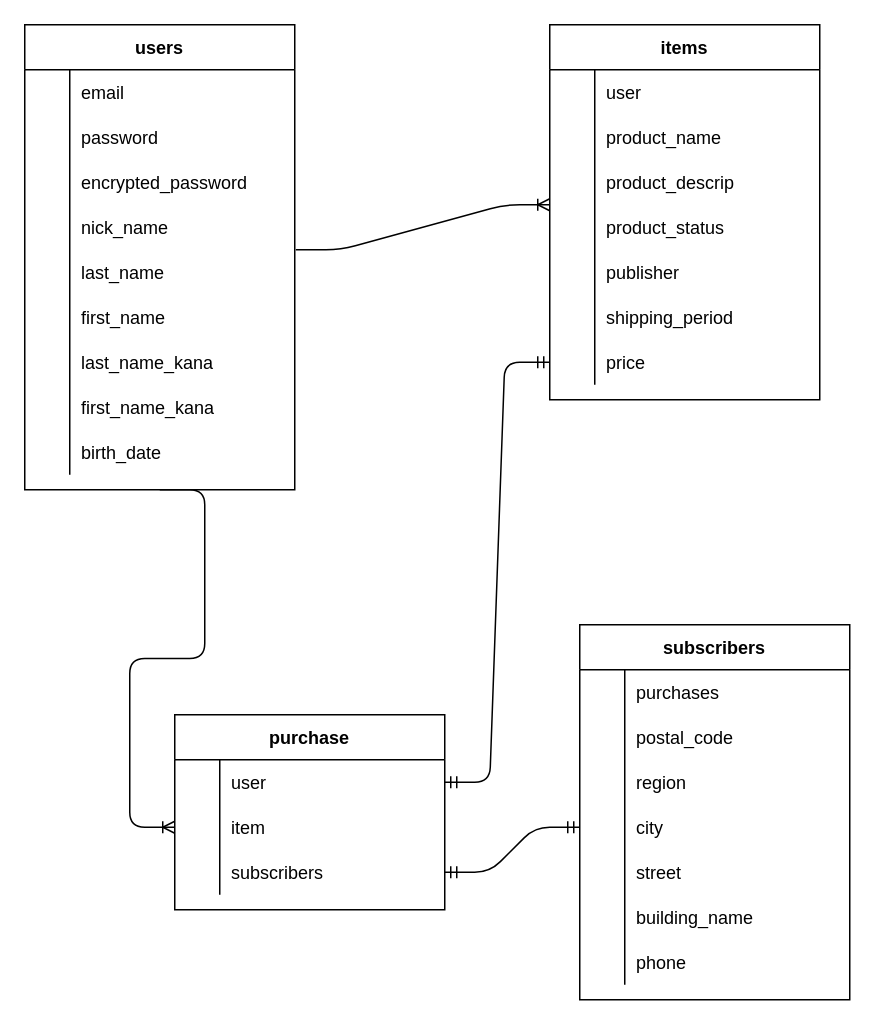
The draw.io diagram ER.dio in komadorihouse/furima-35680, before the edit. Source tidied: cells renumbered, new cells numbered last; positions are measured from the earlier drawing's top-left corner, leaving out a move shared by most shapes. Both pictures are drawn from the tidied source at 150%, with x=0, y=0 at pixel (24, 24).
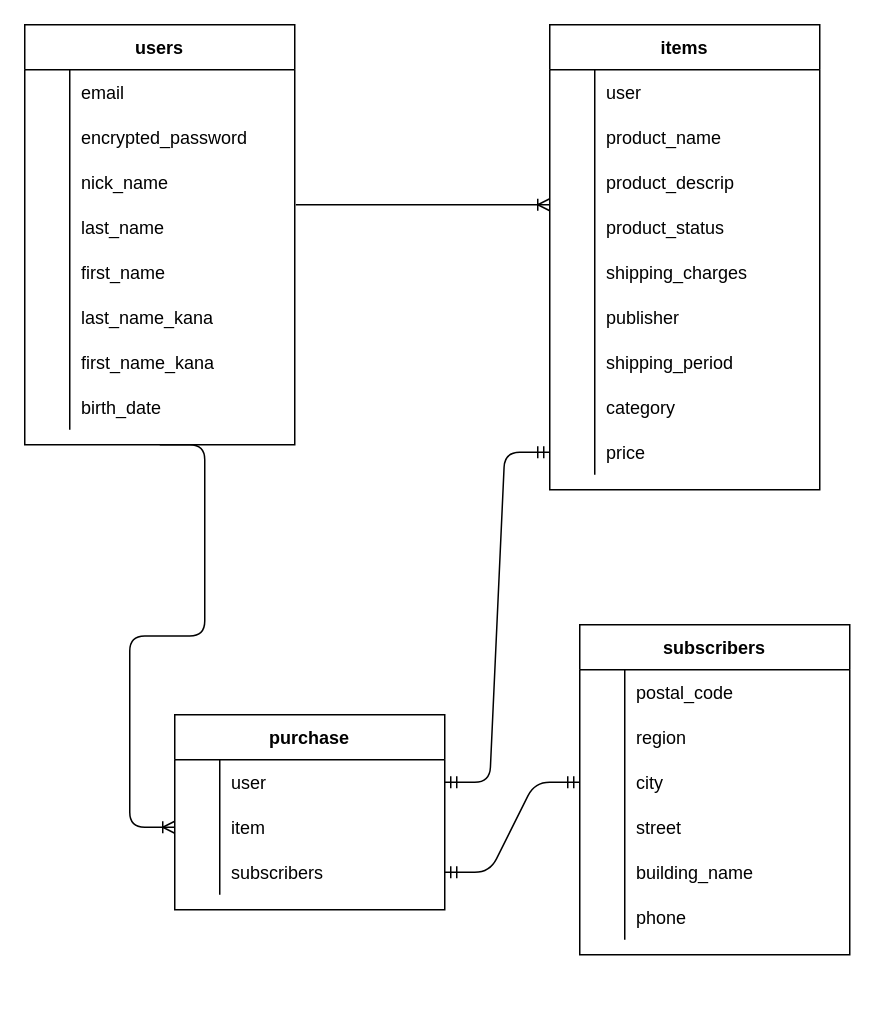
After the change.

What changed in the source:
```diff
@@
     <mxCell id="2" value="users" style="shape=table;startSize=30;childLayout=tableLayout;rowLines=0;fontStyle=1;align=center;" parent="1" vertex="1">
-      <mxGeometry width="180" height="310" as="geometry" />
+      <mxGeometry width="180" height="280" as="geometry" />
     </mxCell>
@@
-    <mxCell id="6" style="shape=partialRectangle;fillColor=none;top=0;left=0;bottom=0;right=0;" parent="2" vertex="1">
-      <mxGeometry y="60" width="180" height="30" as="geometry" />
-    </mxCell>
-    <mxCell id="7" style="shape=partialRectangle;fillColor=none;top=0;left=0;bottom=0;right=0;overflow=hidden;" parent="6" vertex="1">
-      <mxGeometry width="30" height="30" as="geometry" />
-    </mxCell>
-    <mxCell id="8" value="password" style="shape=partialRectangle;fillColor=none;top=0;left=0;bottom=0;right=0;align=left;spacingLeft=6;overflow=hidden;" parent="6" vertex="1">
-      <mxGeometry x="30" width="150" height="30" as="geometry" />
-    </mxCell>
     <mxCell id="9" style="shape=partialRectangle;fillColor=none;top=0;left=0;bottom=0;right=0;" parent="2" vertex="1">
-      <mxGeometry y="90" width="180" height="30" as="geometry" />
+      <mxGeometry y="60" width="180" height="30" as="geometry" />
     </mxCell>
@@
     <mxCell id="12" style="shape=partialRectangle;fillColor=none;top=0;left=0;bottom=0;right=0;" parent="2" vertex="1">
-      <mxGeometry y="120" width="180" height="30" as="geometry" />
+      <mxGeometry y="90" width="180" height="30" as="geometry" />
     </mxCell>
@@
     <mxCell id="15" style="shape=partialRectangle;fillColor=none;top=0;left=0;bottom=0;right=0;points=[[0,0.5],[1,0.5]];portConstraint=eastwest;" parent="2" vertex="1">
-      <mxGeometry y="150" width="180" height="30" as="geometry" />
+      <mxGeometry y="120" width="180" height="30" as="geometry" />
     </mxCell>
@@
     <mxCell id="18" style="shape=partialRectangle;fillColor=none;top=0;left=0;bottom=0;right=0;" parent="2" vertex="1">
-      <mxGeometry y="180" width="180" height="30" as="geometry" />
+      <mxGeometry y="150" width="180" height="30" as="geometry" />
     </mxCell>
@@
     <mxCell id="21" style="shape=partialRectangle;fillColor=none;top=0;left=0;bottom=0;right=0;" parent="2" vertex="1">
-      <mxGeometry y="210" width="180" height="30" as="geometry" />
+      <mxGeometry y="180" width="180" height="30" as="geometry" />
     </mxCell>
@@
     <mxCell id="24" style="shape=partialRectangle;fillColor=none;top=0;left=0;bottom=0;right=0;" parent="2" vertex="1">
-      <mxGeometry y="240" width="180" height="30" as="geometry" />
+      <mxGeometry y="210" width="180" height="30" as="geometry" />
     </mxCell>
@@
     <mxCell id="27" style="shape=partialRectangle;fillColor=none;top=0;left=0;bottom=0;right=0;" parent="2" vertex="1">
-      <mxGeometry y="270" width="180" height="30" as="geometry" />
+      <mxGeometry y="240" width="180" height="30" as="geometry" />
     </mxCell>
@@
     <mxCell id="30" value="items" style="shape=table;startSize=30;childLayout=tableLayout;rowLines=0;fontStyle=1;align=center;" parent="1" vertex="1">
-      <mxGeometry x="350" width="180" height="250" as="geometry" />
+      <mxGeometry x="350" width="180" height="310" as="geometry" />
     </mxCell>
@@
+    <mxCell id="88" style="shape=partialRectangle;fillColor=none;top=0;left=0;bottom=0;right=0;" parent="30" vertex="1">
+      <mxGeometry y="150" width="180" height="30" as="geometry" />
+    </mxCell>
+    <mxCell id="89" style="shape=partialRectangle;fillColor=none;top=0;left=0;bottom=0;right=0;overflow=hidden;" parent="88" vertex="1">
+      <mxGeometry width="30" height="30" as="geometry" />
+    </mxCell>
+    <mxCell id="90" value="shipping_charges" style="shape=partialRectangle;fillColor=none;top=0;left=0;bottom=0;right=0;align=left;spacingLeft=6;overflow=hidden;" parent="88" vertex="1">
+      <mxGeometry x="30" width="150" height="30" as="geometry" />
+    </mxCell>
     <mxCell id="43" style="shape=partialRectangle;fillColor=none;top=0;left=0;bottom=0;right=0;" parent="30" vertex="1">
-      <mxGeometry y="150" width="180" height="30" as="geometry" />
+      <mxGeometry y="180" width="180" height="30" as="geometry" />
     </mxCell>
@@
     <mxCell id="46" style="shape=partialRectangle;fillColor=none;top=0;left=0;bottom=0;right=0;" parent="30" vertex="1">
-      <mxGeometry y="180" width="180" height="30" as="geometry" />
+      <mxGeometry y="210" width="180" height="30" as="geometry" />
     </mxCell>
@@
+    <mxCell id="91" style="shape=partialRectangle;fillColor=none;top=0;left=0;bottom=0;right=0;" parent="30" vertex="1">
+      <mxGeometry y="240" width="180" height="30" as="geometry" />
+    </mxCell>
+    <mxCell id="92" style="shape=partialRectangle;fillColor=none;top=0;left=0;bottom=0;right=0;overflow=hidden;" parent="91" vertex="1">
+      <mxGeometry width="30" height="30" as="geometry" />
+    </mxCell>
+    <mxCell id="93" value="category" style="shape=partialRectangle;fillColor=none;top=0;left=0;bottom=0;right=0;align=left;spacingLeft=6;overflow=hidden;" parent="91" vertex="1">
+      <mxGeometry x="30" width="150" height="30" as="geometry" />
+    </mxCell>
     <mxCell id="49" style="shape=partialRectangle;fillColor=none;top=0;left=0;bottom=0;right=0;points=[[0,0.5],[1,0.5]];portConstraint=eastwest;" parent="30" vertex="1">
-      <mxGeometry y="210" width="180" height="30" as="geometry" />
+      <mxGeometry y="270" width="180" height="30" as="geometry" />
     </mxCell>
@@
     <mxCell id="52" value="subscribers" style="shape=table;startSize=30;childLayout=tableLayout;rowLines=0;fontStyle=1;align=center;" parent="1" vertex="1">
-      <mxGeometry x="370" y="400" width="180" height="250" as="geometry" />
+      <mxGeometry x="370" y="400" width="180" height="220" as="geometry" />
     </mxCell>
-    <mxCell id="53" style="shape=partialRectangle;fillColor=none;top=0;left=0;bottom=0;right=0;" parent="52" vertex="1">
-      <mxGeometry y="30" width="180" height="30" as="geometry" />
-    </mxCell>
-    <mxCell id="54" style="shape=partialRectangle;fillColor=none;top=0;left=0;bottom=0;right=0;overflow=hidden;" parent="53" vertex="1">
-      <mxGeometry width="30" height="30" as="geometry" />
-    </mxCell>
-    <mxCell id="55" value="purchases" style="shape=partialRectangle;fillColor=none;top=0;left=0;bottom=0;right=0;align=left;spacingLeft=6;overflow=hidden;" parent="53" vertex="1">
-      <mxGeometry x="30" width="150" height="30" as="geometry" />
-    </mxCell>
     <mxCell id="56" style="shape=partialRectangle;fillColor=none;top=0;left=0;bottom=0;right=0;" parent="52" vertex="1">
-      <mxGeometry y="60" width="180" height="30" as="geometry" />
+      <mxGeometry y="30" width="180" height="30" as="geometry" />
     </mxCell>
@@
     <mxCell id="59" style="shape=partialRectangle;fillColor=none;top=0;left=0;bottom=0;right=0;" parent="52" vertex="1">
-      <mxGeometry y="90" width="180" height="30" as="geometry" />
+      <mxGeometry y="60" width="180" height="30" as="geometry" />
     </mxCell>
@@
     <mxCell id="62" style="shape=partialRectangle;fillColor=none;top=0;left=0;bottom=0;right=0;points=[[0,0.5],[1,0.5]];portConstraint=eastwest;" parent="52" vertex="1">
-      <mxGeometry y="120" width="180" height="30" as="geometry" />
+      <mxGeometry y="90" width="180" height="30" as="geometry" />
     </mxCell>
@@
     <mxCell id="65" style="shape=partialRectangle;fillColor=none;top=0;left=0;bottom=0;right=0;" parent="52" vertex="1">
-      <mxGeometry y="150" width="180" height="30" as="geometry" />
+      <mxGeometry y="120" width="180" height="30" as="geometry" />
     </mxCell>
@@
     <mxCell id="68" style="shape=partialRectangle;fillColor=none;top=0;left=0;bottom=0;right=0;" parent="52" vertex="1">
-      <mxGeometry y="180" width="180" height="30" as="geometry" />
+      <mxGeometry y="150" width="180" height="30" as="geometry" />
     </mxCell>
@@
     <mxCell id="71" style="shape=partialRectangle;fillColor=none;top=0;left=0;bottom=0;right=0;" parent="52" vertex="1">
-      <mxGeometry y="210" width="180" height="30" as="geometry" />
+      <mxGeometry y="180" width="180" height="30" as="geometry" />
     </mxCell>
```
